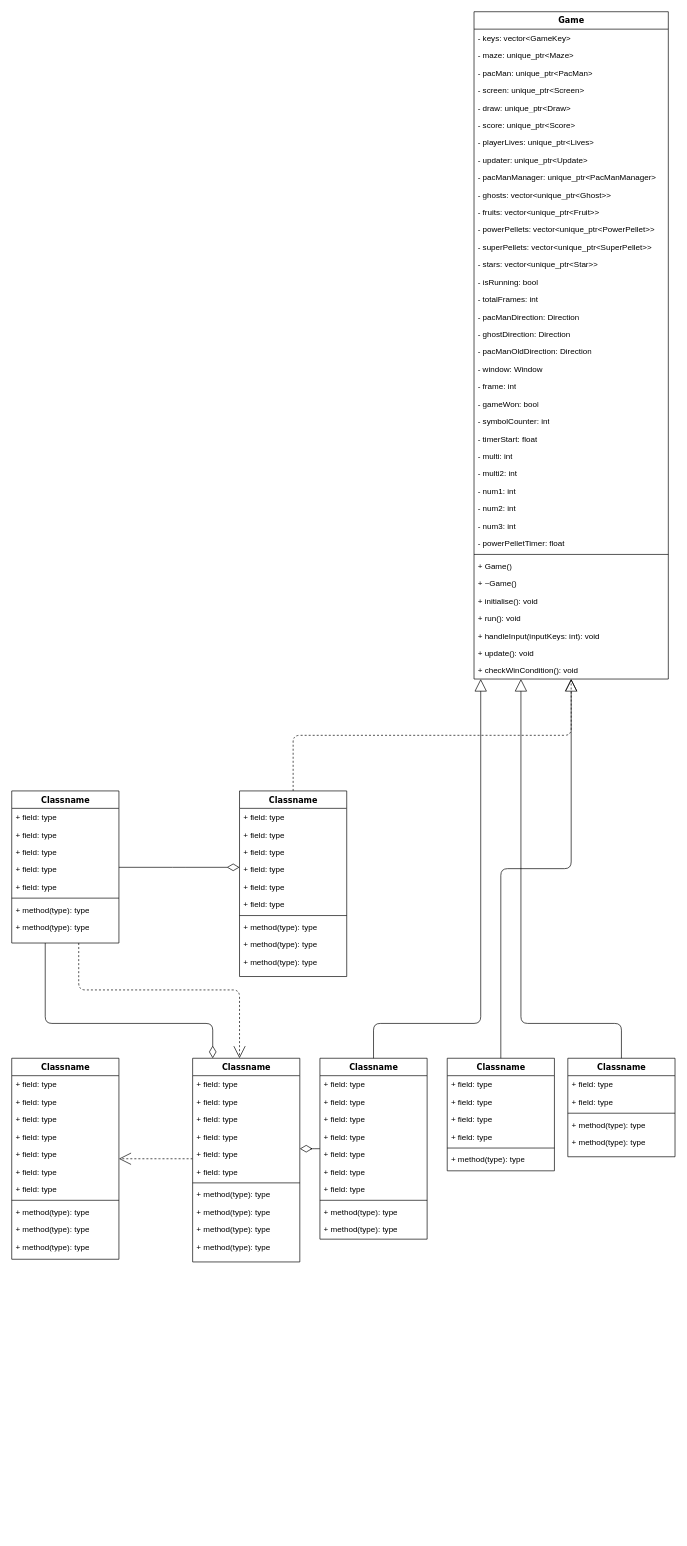
Above: resources/Untitled Diagram.drawio in WarwickBrown/Super-Pac-Man (draw.io), before the change. Source tidied: cells renumbered, new cells numbered last; positions are measured from the earlier drawing's top-left corner, leaving out a move shared by most shapes. Both pictures are drawn from the tidied source at 67%, with x=0, y=0 at pixel (11, 11).
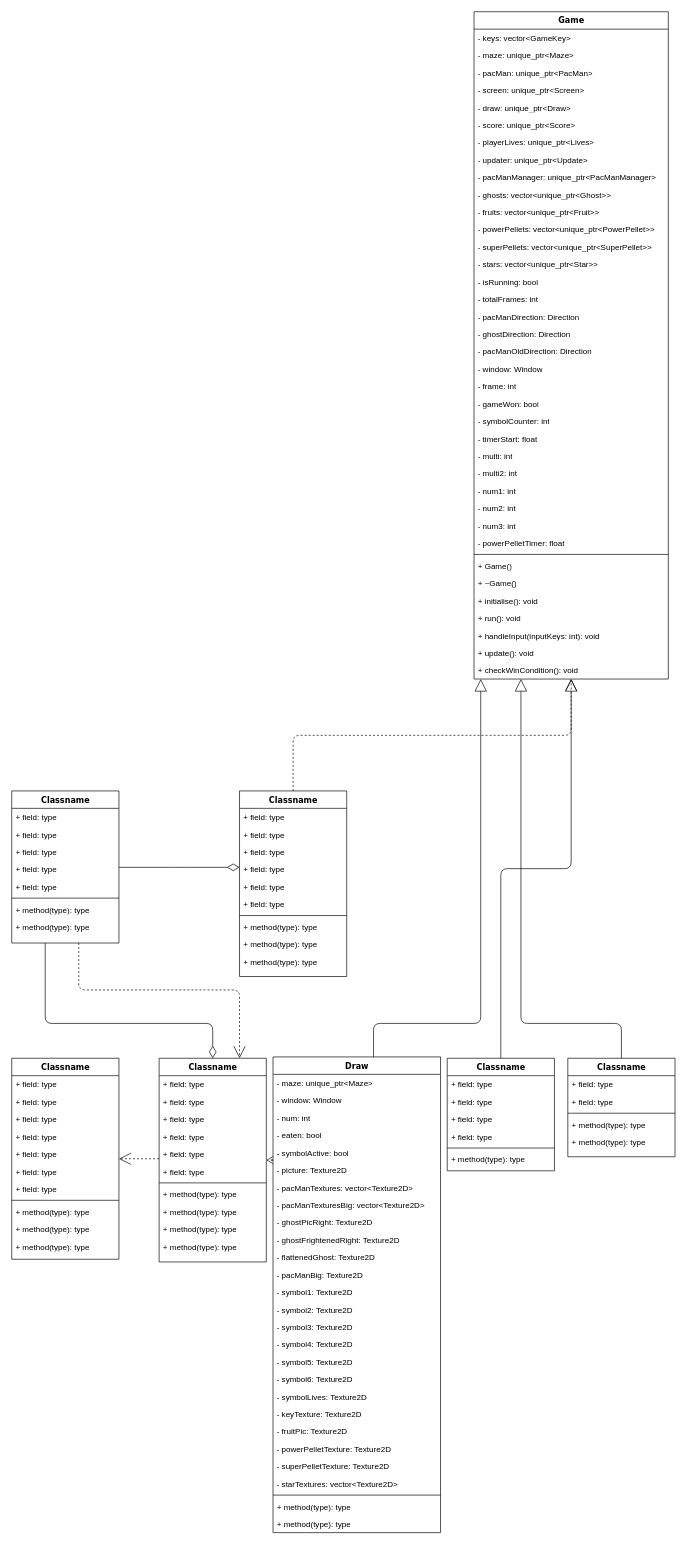
Above is the later version.

What changed in the source:
```diff
@@
     <mxCell id="78" value="Classname" style="swimlane;html=1;fontStyle=1;align=center;verticalAlign=top;horizontal=1;startSize=26;swimlaneFillColor=#ffffff;rounded=0;shadow=0;comic=0;labelBackgroundColor=none;strokeWidth=1;fillColor=none;fontFamily=Verdana;fontSize=12;" parent="1" vertex="1">
-      <mxGeometry x="270" y="1562" width="160" height="304" as="geometry" />
+      <mxGeometry x="220" y="1562" width="160" height="304" as="geometry" />
     </mxCell>
@@
-    <mxCell id="91" value="Classname" style="swimlane;html=1;fontStyle=1;align=center;verticalAlign=top;horizontal=1;startSize=26;swimlaneFillColor=#ffffff;rounded=0;shadow=0;comic=0;labelBackgroundColor=none;strokeWidth=1;fillColor=none;fontFamily=Verdana;fontSize=12;" parent="1" vertex="1">
-      <mxGeometry x="460" y="1562" width="160" height="270" as="geometry" />
+    <mxCell id="91" value="Draw" style="swimlane;html=1;fontStyle=1;align=center;verticalAlign=top;horizontal=1;startSize=26;swimlaneFillColor=#ffffff;rounded=0;shadow=0;comic=0;labelBackgroundColor=none;strokeWidth=1;fillColor=none;fontFamily=Verdana;fontSize=12;" parent="1" vertex="1">
+      <mxGeometry x="390" y="1560" width="250" height="710" as="geometry" />
     </mxCell>
-    <mxCell id="92" value="+ field: type" style="text;html=1;strokeColor=none;fillColor=none;align=left;verticalAlign=top;spacingLeft=4;spacingRight=4;whiteSpace=wrap;overflow=hidden;" parent="91" vertex="1">
-      <mxGeometry y="26" width="160" height="26" as="geometry" />
+    <mxCell id="92" value="- maze: unique_ptr&amp;lt;Maze&amp;gt;" style="text;html=1;strokeColor=none;fillColor=none;align=left;verticalAlign=top;spacingLeft=4;spacingRight=4;whiteSpace=wrap;overflow=hidden;" parent="91" vertex="1">
+      <mxGeometry y="26" width="250" height="26" as="geometry" />
     </mxCell>
-    <mxCell id="93" value="+ field: type" style="text;html=1;strokeColor=none;fillColor=none;align=left;verticalAlign=top;spacingLeft=4;spacingRight=4;whiteSpace=wrap;overflow=hidden;" parent="91" vertex="1">
-      <mxGeometry y="52" width="160" height="26" as="geometry" />
+    <mxCell id="93" value="- window: Window" style="text;html=1;strokeColor=none;fillColor=none;align=left;verticalAlign=top;spacingLeft=4;spacingRight=4;whiteSpace=wrap;overflow=hidden;" parent="91" vertex="1">
+      <mxGeometry y="52" width="250" height="26" as="geometry" />
     </mxCell>
-    <mxCell id="94" value="+ field: type" style="text;html=1;strokeColor=none;fillColor=none;align=left;verticalAlign=top;spacingLeft=4;spacingRight=4;whiteSpace=wrap;overflow=hidden;" parent="91" vertex="1">
-      <mxGeometry y="78" width="160" height="26" as="geometry" />
+    <mxCell id="94" value="- num: int" style="text;html=1;strokeColor=none;fillColor=none;align=left;verticalAlign=top;spacingLeft=4;spacingRight=4;whiteSpace=wrap;overflow=hidden;" parent="91" vertex="1">
+      <mxGeometry y="78" width="250" height="26" as="geometry" />
     </mxCell>
-    <mxCell id="95" value="+ field: type" style="text;html=1;strokeColor=none;fillColor=none;align=left;verticalAlign=top;spacingLeft=4;spacingRight=4;whiteSpace=wrap;overflow=hidden;" parent="91" vertex="1">
-      <mxGeometry y="104" width="160" height="26" as="geometry" />
+    <mxCell id="95" value="- eaten: bool" style="text;html=1;strokeColor=none;fillColor=none;align=left;verticalAlign=top;spacingLeft=4;spacingRight=4;whiteSpace=wrap;overflow=hidden;" parent="91" vertex="1">
+      <mxGeometry y="104" width="250" height="26" as="geometry" />
     </mxCell>
-    <mxCell id="96" value="+ field: type" style="text;html=1;strokeColor=none;fillColor=none;align=left;verticalAlign=top;spacingLeft=4;spacingRight=4;whiteSpace=wrap;overflow=hidden;" parent="91" vertex="1">
-      <mxGeometry y="130" width="160" height="26" as="geometry" />
+    <mxCell id="96" value="- symbolActive: bool" style="text;html=1;strokeColor=none;fillColor=none;align=left;verticalAlign=top;spacingLeft=4;spacingRight=4;whiteSpace=wrap;overflow=hidden;" parent="91" vertex="1">
+      <mxGeometry y="130" width="250" height="26" as="geometry" />
     </mxCell>
-    <mxCell id="97" value="+ field: type" style="text;html=1;strokeColor=none;fillColor=none;align=left;verticalAlign=top;spacingLeft=4;spacingRight=4;whiteSpace=wrap;overflow=hidden;" parent="91" vertex="1">
-      <mxGeometry y="156" width="160" height="26" as="geometry" />
+    <mxCell id="97" value="- picture: Texture2D" style="text;html=1;strokeColor=none;fillColor=none;align=left;verticalAlign=top;spacingLeft=4;spacingRight=4;whiteSpace=wrap;overflow=hidden;" parent="91" vertex="1">
+      <mxGeometry y="156" width="250" height="26" as="geometry" />
     </mxCell>
-    <mxCell id="98" value="+ field: type" style="text;html=1;strokeColor=none;fillColor=none;align=left;verticalAlign=top;spacingLeft=4;spacingRight=4;whiteSpace=wrap;overflow=hidden;" parent="91" vertex="1">
-      <mxGeometry y="182" width="160" height="26" as="geometry" />
+    <mxCell id="98" value="- pacManTextures: vector&amp;lt;Texture2D&amp;gt;" style="text;html=1;strokeColor=none;fillColor=none;align=left;verticalAlign=top;spacingLeft=4;spacingRight=4;whiteSpace=wrap;overflow=hidden;" parent="91" vertex="1">
+      <mxGeometry y="182" width="250" height="26" as="geometry" />
     </mxCell>
+    <mxCell id="118" value="- pacManTexturesBig: vector&amp;lt;Texture2D&amp;gt;" style="text;html=1;strokeColor=none;fillColor=none;align=left;verticalAlign=top;spacingLeft=4;spacingRight=4;whiteSpace=wrap;overflow=hidden;" parent="91" vertex="1">
+      <mxGeometry y="208" width="250" height="26" as="geometry" />
+    </mxCell>
+    <mxCell id="119" value="- ghostPicRight: Texture2D" style="text;html=1;strokeColor=none;fillColor=none;align=left;verticalAlign=top;spacingLeft=4;spacingRight=4;whiteSpace=wrap;overflow=hidden;" parent="91" vertex="1">
+      <mxGeometry y="234" width="250" height="26" as="geometry" />
+    </mxCell>
+    <mxCell id="120" value="- ghostFrightenedRight: Texture2D" style="text;html=1;strokeColor=none;fillColor=none;align=left;verticalAlign=top;spacingLeft=4;spacingRight=4;whiteSpace=wrap;overflow=hidden;" parent="91" vertex="1">
+      <mxGeometry y="260" width="250" height="26" as="geometry" />
+    </mxCell>
+    <mxCell id="121" value="- flattenedGhost: Texture2D" style="text;html=1;strokeColor=none;fillColor=none;align=left;verticalAlign=top;spacingLeft=4;spacingRight=4;whiteSpace=wrap;overflow=hidden;" parent="91" vertex="1">
+      <mxGeometry y="286" width="250" height="26" as="geometry" />
+    </mxCell>
+    <mxCell id="122" value="- pacManBig: Texture2D" style="text;html=1;strokeColor=none;fillColor=none;align=left;verticalAlign=top;spacingLeft=4;spacingRight=4;whiteSpace=wrap;overflow=hidden;" parent="91" vertex="1">
+      <mxGeometry y="312" width="250" height="26" as="geometry" />
+    </mxCell>
+    <mxCell id="123" value="- symbol1: Texture2D" style="text;html=1;strokeColor=none;fillColor=none;align=left;verticalAlign=top;spacingLeft=4;spacingRight=4;whiteSpace=wrap;overflow=hidden;" parent="91" vertex="1">
+      <mxGeometry y="338" width="250" height="26" as="geometry" />
+    </mxCell>
+    <mxCell id="124" value="- symbol2: Texture2D" style="text;html=1;strokeColor=none;fillColor=none;align=left;verticalAlign=top;spacingLeft=4;spacingRight=4;whiteSpace=wrap;overflow=hidden;" parent="91" vertex="1">
+      <mxGeometry y="364" width="250" height="26" as="geometry" />
+    </mxCell>
+    <mxCell id="125" value="- symbol3: Texture2D" style="text;html=1;strokeColor=none;fillColor=none;align=left;verticalAlign=top;spacingLeft=4;spacingRight=4;whiteSpace=wrap;overflow=hidden;" parent="91" vertex="1">
+      <mxGeometry y="390" width="250" height="26" as="geometry" />
+    </mxCell>
+    <mxCell id="126" value="- symbol4: Texture2D" style="text;html=1;strokeColor=none;fillColor=none;align=left;verticalAlign=top;spacingLeft=4;spacingRight=4;whiteSpace=wrap;overflow=hidden;" parent="91" vertex="1">
+      <mxGeometry y="416" width="250" height="26" as="geometry" />
+    </mxCell>
+    <mxCell id="127" value="- symbol5: Texture2D" style="text;html=1;strokeColor=none;fillColor=none;align=left;verticalAlign=top;spacingLeft=4;spacingRight=4;whiteSpace=wrap;overflow=hidden;" parent="91" vertex="1">
+      <mxGeometry y="442" width="250" height="26" as="geometry" />
+    </mxCell>
+    <mxCell id="128" value="- symbol6: Texture2D" style="text;html=1;strokeColor=none;fillColor=none;align=left;verticalAlign=top;spacingLeft=4;spacingRight=4;whiteSpace=wrap;overflow=hidden;" parent="91" vertex="1">
+      <mxGeometry y="468" width="250" height="26" as="geometry" />
+    </mxCell>
+    <mxCell id="129" value="- symbolLives: Texture2D" style="text;html=1;strokeColor=none;fillColor=none;align=left;verticalAlign=top;spacingLeft=4;spacingRight=4;whiteSpace=wrap;overflow=hidden;" parent="91" vertex="1">
+      <mxGeometry y="494" width="250" height="26" as="geometry" />
+    </mxCell>
+    <mxCell id="130" value="- keyTexture: Texture2D" style="text;html=1;strokeColor=none;fillColor=none;align=left;verticalAlign=top;spacingLeft=4;spacingRight=4;whiteSpace=wrap;overflow=hidden;" parent="91" vertex="1">
+      <mxGeometry y="520" width="250" height="26" as="geometry" />
+    </mxCell>
+    <mxCell id="131" value="- fruitPic: Texture2D" style="text;html=1;strokeColor=none;fillColor=none;align=left;verticalAlign=top;spacingLeft=4;spacingRight=4;whiteSpace=wrap;overflow=hidden;" parent="91" vertex="1">
+      <mxGeometry y="546" width="250" height="26" as="geometry" />
+    </mxCell>
+    <mxCell id="132" value="- powerPelletTexture: Texture2D" style="text;html=1;strokeColor=none;fillColor=none;align=left;verticalAlign=top;spacingLeft=4;spacingRight=4;whiteSpace=wrap;overflow=hidden;" parent="91" vertex="1">
+      <mxGeometry y="572" width="250" height="26" as="geometry" />
+    </mxCell>
+    <mxCell id="133" value="- superPelletTexture: Texture2D" style="text;html=1;strokeColor=none;fillColor=none;align=left;verticalAlign=top;spacingLeft=4;spacingRight=4;whiteSpace=wrap;overflow=hidden;" parent="91" vertex="1">
+      <mxGeometry y="598" width="250" height="26" as="geometry" />
+    </mxCell>
+    <mxCell id="134" value="- starTextures: vector&amp;lt;Texture2D&amp;gt;" style="text;html=1;strokeColor=none;fillColor=none;align=left;verticalAlign=top;spacingLeft=4;spacingRight=4;whiteSpace=wrap;overflow=hidden;" parent="91" vertex="1">
+      <mxGeometry y="624" width="250" height="26" as="geometry" />
+    </mxCell>
     <mxCell id="99" style="line;html=1;strokeWidth=1;fillColor=none;align=left;verticalAlign=middle;spacingTop=-1;spacingLeft=3;spacingRight=3;labelPosition=right;" parent="91" vertex="1">
-      <mxGeometry y="208" width="160" height="8" as="geometry" />
+      <mxGeometry y="650" width="250" height="8" as="geometry" />
     </mxCell>
     <mxCell id="100" value="+ method(type): type" style="text;html=1;strokeColor=none;fillColor=none;align=left;verticalAlign=top;spacingLeft=4;spacingRight=4;whiteSpace=wrap;overflow=hidden;" parent="91" vertex="1">
-      <mxGeometry y="216" width="160" height="26" as="geometry" />
+      <mxGeometry y="658" width="250" height="26" as="geometry" />
     </mxCell>
     <mxCell id="101" value="+ method(type): type" style="text;html=1;strokeColor=none;fillColor=none;align=left;verticalAlign=top;spacingLeft=4;spacingRight=4;whiteSpace=wrap;overflow=hidden;" parent="91" vertex="1">
-      <mxGeometry y="242" width="160" height="26" as="geometry" />
+      <mxGeometry y="684" width="250" height="26" as="geometry" />
     </mxCell>
```
